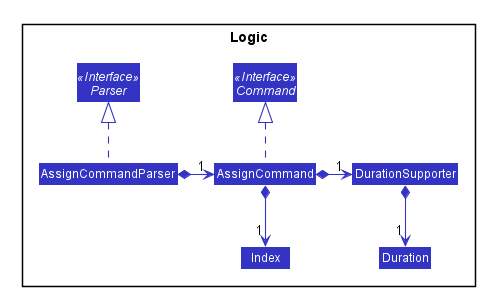
Earlier version of the PlantUML export docs/images/AssignLogicClassDiagram.png (xz0127/tp).
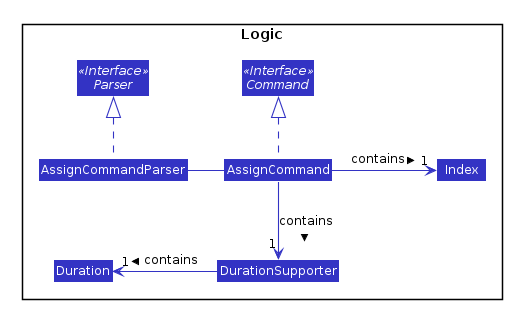
After the commit.

The edit, as a diff of the source:
```diff
@@ -63,9 +63,9 @@
 
 AssignCommand .up.|> Command
 AssignCommandParser .up.|> Parser
-AssignCommandParser *-right-> "1" AssignCommand
-AssignCommand *--> "1" Index
-AssignCommand *-right-> "1" DurationSupporter
-DurationSupporter *-down-> "1" Duration
+AssignCommandParser -right- AssignCommand
+AssignCommand -right-> "1" Index: contains >
+AssignCommand -down-> "1" DurationSupporter: contains >
+DurationSupporter -left-> "1" Duration: contains >
 }
 @enduml
```
